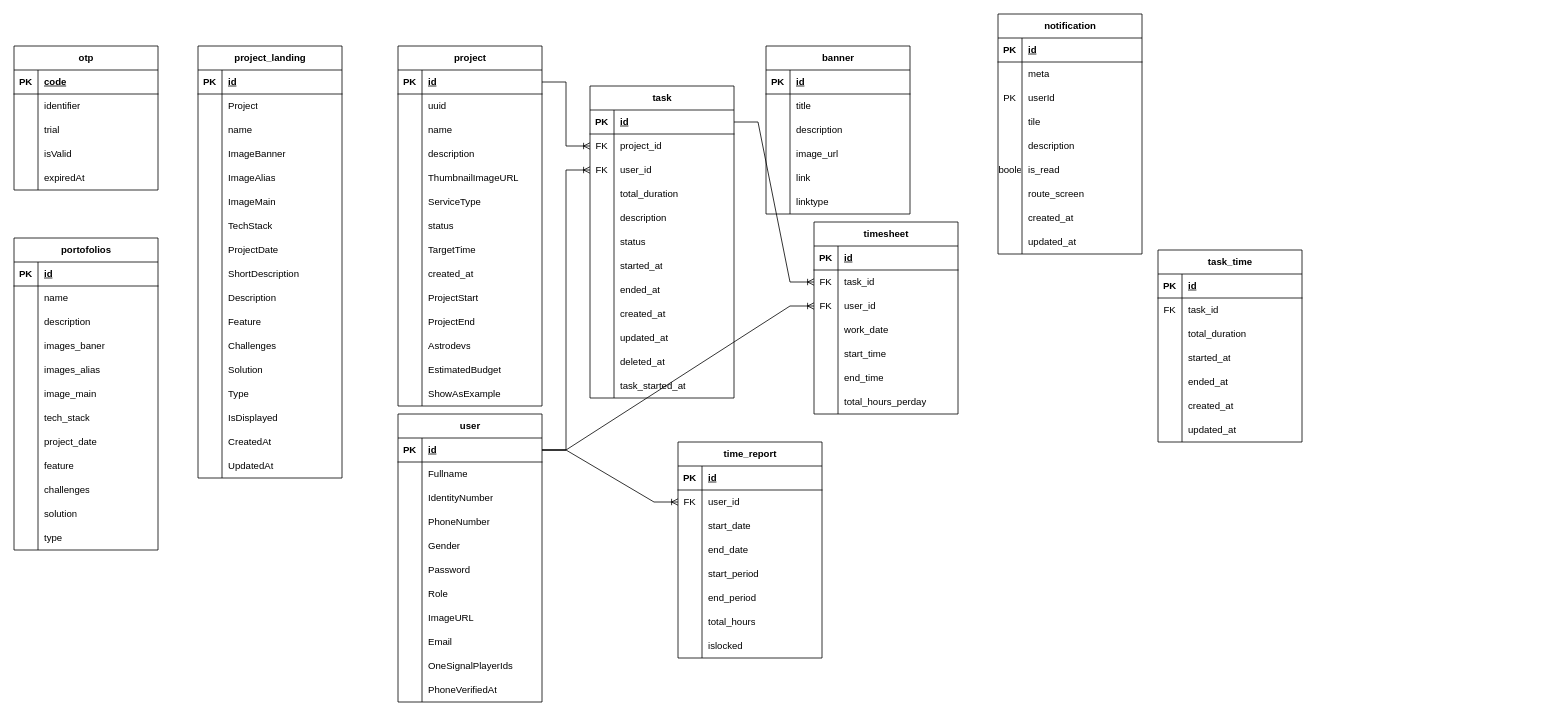
Earlier version of the draw.io diagram starspace/db_codespacex.drawio (DemoNicky/technical-test). Source tidied: cells renumbered, new cells numbered last; positions are measured from the earlier drawing's top-left corner, leaving out a move shared by most shapes. Both pictures are drawn from the tidied source at 80%, with x=0, y=0 at pixel (14, 14).
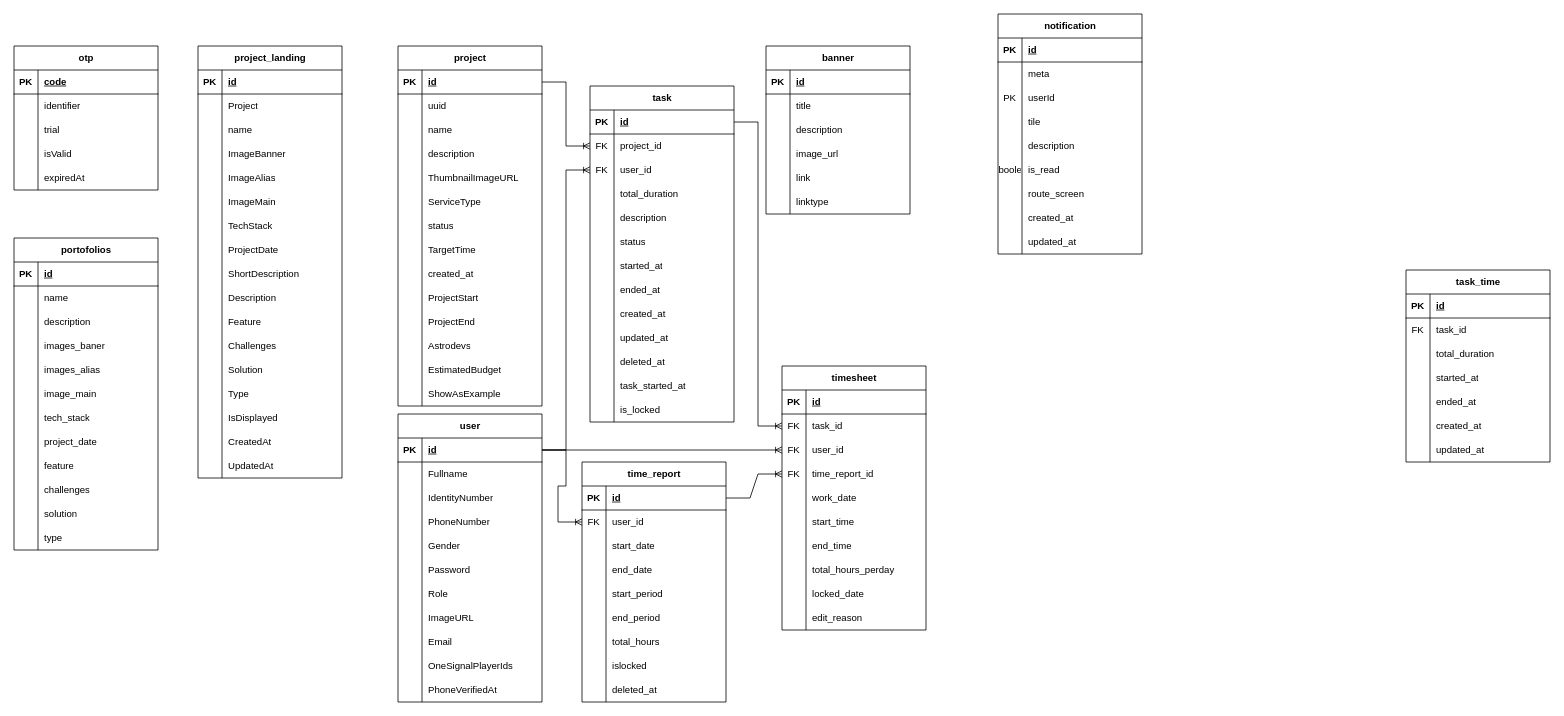
The same diagram, later.

Unchanged cells that the change refers to:
```xml
<mxCell id="317" style="shape=tableRow;horizontal=0;startSize=0;swimlaneHead=0;swimlaneBody=0;fillColor=none;points=[[0,0.5],[1,0.5]];portConstraint=eastwest;top=0;left=0;right=0;bottom=1;" parent="316" vertex="1">
  <mxGeometry y="30" width="180" height="30" as="geometry" />
</mxCell>
```

Change to the diagram source:
```diff
@@
     <mxCell id="231" value="task" style="shape=table;startSize=30;childLayout=tableLayout;rowLines=0;fontStyle=1;align=center;html=1;" parent="1" vertex="1">
-      <mxGeometry x="720" y="90" width="180" height="390" as="geometry" />
+      <mxGeometry x="720" y="90" width="180" height="420" as="geometry" />
     </mxCell>
@@
+    <mxCell id="342" style="shape=tableRow;horizontal=0;startSize=0;swimlaneHead=0;swimlaneBody=0;fillColor=none;top=0;left=0;right=0;bottom=0;" parent="231" vertex="1">
+      <mxGeometry y="390" width="180" height="30" as="geometry" />
+    </mxCell>
+    <mxCell id="343" style="shape=partialRectangle;fillColor=none;top=0;left=0;bottom=0;right=0;overflow=hidden;whiteSpace=wrap;html=1;" parent="342" vertex="1">
+      <mxGeometry width="30" height="30" as="geometry" />
+    </mxCell>
+    <mxCell id="344" value="is_locked" style="shape=partialRectangle;fillColor=none;top=0;left=0;bottom=0;right=0;align=left;spacingLeft=6;overflow=hidden;whiteSpace=wrap;html=1;" parent="342" vertex="1">
+      <mxGeometry x="30" width="150" height="30" as="geometry" />
+    </mxCell>
     <mxCell id="268" value="task_time" style="shape=table;startSize=30;childLayout=tableLayout;rowLines=0;fontStyle=1;align=center;html=1;" parent="1" vertex="1">
-      <mxGeometry x="1430" y="295" width="180" height="240" as="geometry" />
+      <mxGeometry x="1740" y="320" width="180" height="240" as="geometry" />
     </mxCell>
@@
     <mxCell id="292" value="timesheet" style="shape=table;startSize=30;childLayout=tableLayout;rowLines=0;fontStyle=1;align=center;html=1;" parent="1" vertex="1">
-      <mxGeometry x="1000" y="260" width="180" height="240" as="geometry" />
+      <mxGeometry x="960" y="440" width="180" height="330" as="geometry" />
     </mxCell>
@@
+    <mxCell id="345" style="shape=tableRow;horizontal=0;startSize=0;swimlaneHead=0;swimlaneBody=0;fillColor=none;points=[[0,0.5],[1,0.5]];portConstraint=eastwest;top=0;left=0;right=0;bottom=0;" parent="292" vertex="1">
+      <mxGeometry y="120" width="180" height="30" as="geometry" />
+    </mxCell>
+    <mxCell id="346" value="FK" style="shape=partialRectangle;fillColor=none;top=0;left=0;bottom=0;right=0;overflow=hidden;whiteSpace=wrap;html=1;" parent="345" vertex="1">
+      <mxGeometry width="30" height="30" as="geometry" />
+    </mxCell>
+    <mxCell id="347" value="time_report_id" style="shape=partialRectangle;fillColor=none;top=0;left=0;bottom=0;right=0;align=left;spacingLeft=6;overflow=hidden;whiteSpace=wrap;html=1;" parent="345" vertex="1">
+      <mxGeometry x="30" width="150" height="30" as="geometry" />
+    </mxCell>
     <mxCell id="302" style="shape=tableRow;horizontal=0;startSize=0;swimlaneHead=0;swimlaneBody=0;fillColor=none;top=0;left=0;right=0;bottom=0;" parent="292" vertex="1">
-      <mxGeometry y="120" width="180" height="30" as="geometry" />
+      <mxGeometry y="150" width="180" height="30" as="geometry" />
     </mxCell>
@@
     <mxCell id="305" style="shape=tableRow;horizontal=0;startSize=0;swimlaneHead=0;swimlaneBody=0;fillColor=none;top=0;left=0;right=0;bottom=0;" parent="292" vertex="1">
-      <mxGeometry y="150" width="180" height="30" as="geometry" />
+      <mxGeometry y="180" width="180" height="30" as="geometry" />
     </mxCell>
@@
     <mxCell id="308" style="shape=tableRow;horizontal=0;startSize=0;swimlaneHead=0;swimlaneBody=0;fillColor=none;top=0;left=0;right=0;bottom=0;" parent="292" vertex="1">
-      <mxGeometry y="180" width="180" height="30" as="geometry" />
+      <mxGeometry y="210" width="180" height="30" as="geometry" />
     </mxCell>
@@
     <mxCell id="311" style="shape=tableRow;horizontal=0;startSize=0;swimlaneHead=0;swimlaneBody=0;fillColor=none;top=0;left=0;right=0;bottom=0;" parent="292" vertex="1">
-      <mxGeometry y="210" width="180" height="30" as="geometry" />
+      <mxGeometry y="240" width="180" height="30" as="geometry" />
     </mxCell>
@@
+    <mxCell id="348" style="shape=tableRow;horizontal=0;startSize=0;swimlaneHead=0;swimlaneBody=0;fillColor=none;top=0;left=0;right=0;bottom=0;" parent="292" vertex="1">
+      <mxGeometry y="270" width="180" height="30" as="geometry" />
+    </mxCell>
+    <mxCell id="349" style="shape=partialRectangle;fillColor=none;top=0;left=0;bottom=0;right=0;overflow=hidden;whiteSpace=wrap;html=1;" parent="348" vertex="1">
+      <mxGeometry width="30" height="30" as="geometry" />
+    </mxCell>
+    <mxCell id="350" value="locked_date" style="shape=partialRectangle;fillColor=none;top=0;left=0;bottom=0;right=0;align=left;spacingLeft=6;overflow=hidden;whiteSpace=wrap;html=1;" parent="348" vertex="1">
+      <mxGeometry x="30" width="150" height="30" as="geometry" />
+    </mxCell>
+    <mxCell id="351" style="shape=tableRow;horizontal=0;startSize=0;swimlaneHead=0;swimlaneBody=0;fillColor=none;top=0;left=0;right=0;bottom=0;" parent="292" vertex="1">
+      <mxGeometry y="300" width="180" height="30" as="geometry" />
+    </mxCell>
+    <mxCell id="352" style="shape=partialRectangle;fillColor=none;top=0;left=0;bottom=0;right=0;overflow=hidden;whiteSpace=wrap;html=1;" parent="351" vertex="1">
+      <mxGeometry width="30" height="30" as="geometry" />
+    </mxCell>
+    <mxCell id="353" value="edit_reason" style="shape=partialRectangle;fillColor=none;top=0;left=0;bottom=0;right=0;align=left;spacingLeft=6;overflow=hidden;whiteSpace=wrap;html=1;" parent="351" vertex="1">
+      <mxGeometry x="30" width="150" height="30" as="geometry" />
+    </mxCell>
@@
     <mxCell id="316" value="time_report" style="shape=table;startSize=30;childLayout=tableLayout;rowLines=0;fontStyle=1;align=center;html=1;" parent="1" vertex="1">
-      <mxGeometry x="830" y="535" width="180" height="270" as="geometry" />
+      <mxGeometry x="710" y="560" width="180" height="300" as="geometry" />
     </mxCell>
@@
+    <mxCell id="354" style="shape=tableRow;horizontal=0;startSize=0;swimlaneHead=0;swimlaneBody=0;fillColor=none;top=0;left=0;right=0;bottom=0;" parent="316" vertex="1">
+      <mxGeometry y="270" width="180" height="30" as="geometry" />
+    </mxCell>
+    <mxCell id="355" style="shape=partialRectangle;fillColor=none;top=0;left=0;bottom=0;right=0;overflow=hidden;whiteSpace=wrap;html=1;" parent="354" vertex="1">
+      <mxGeometry width="30" height="30" as="geometry" />
+    </mxCell>
+    <mxCell id="356" value="deleted_at" style="shape=partialRectangle;fillColor=none;top=0;left=0;bottom=0;right=0;align=left;spacingLeft=6;overflow=hidden;whiteSpace=wrap;html=1;" parent="354" vertex="1">
+      <mxGeometry x="30" width="150" height="30" as="geometry" />
+    </mxCell>
@@
+    <mxCell id="357" style="edgeStyle=entityRelationEdgeStyle;fontSize=12;html=1;endArrow=ERoneToMany;rounded=0;exitX=1;exitY=0.5;exitDx=0;exitDy=0;entryX=0;entryY=0.5;entryDx=0;entryDy=0;" parent="1" edge="1" source="317" target="345">
+      <mxGeometry relative="1" as="geometry" />
+    </mxCell>
```
